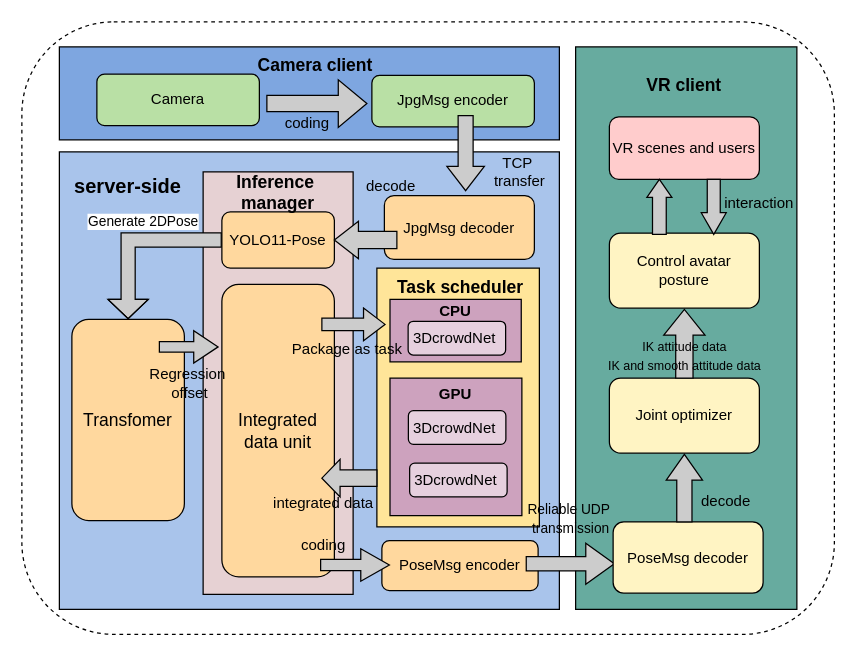
Before: 流程图.drawio in MrChenLearnSpace/RSMP-VR, a draw.io diagram. Source tidied: cells renumbered, new cells numbered last; positions are measured from the earlier drawing's top-left corner, leaving out a move shared by most shapes. Both pictures are drawn from the tidied source at 125%, with x=0, y=0 at pixel (21, 21).
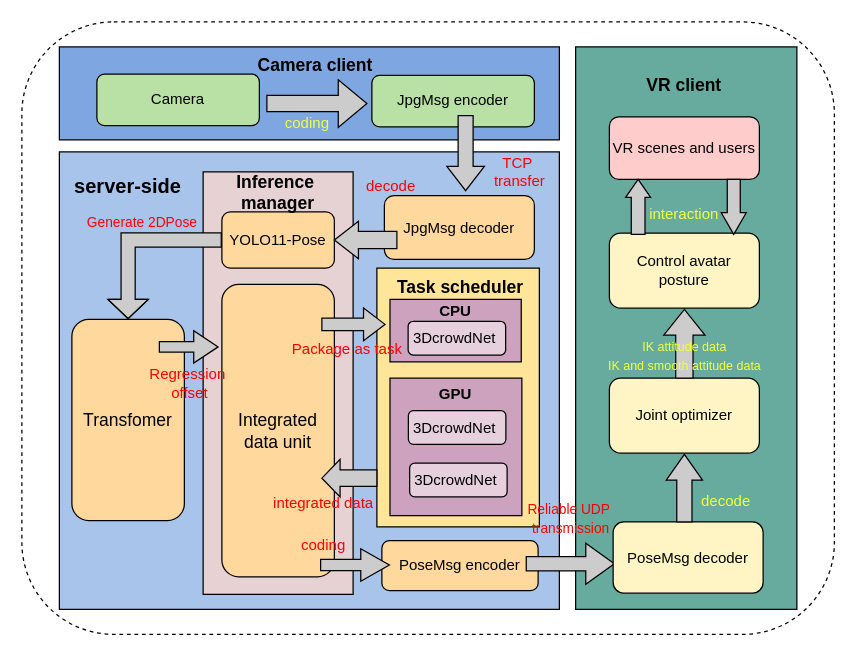
The same page after the edit.

Commit message:
更新流程图.drawio

The change refers to these unchanged cells:
```xml
<mxCell id="11" style="edgeStyle=orthogonalEdgeStyle;rounded=0;jettySize=auto;html=1;exitX=0;exitY=0.5;exitDx=0;exitDy=0;entryX=0.5;entryY=0;entryDx=0;entryDy=0;shape=flexArrow;fillColor=#CCCCCC;width=11.304347826086957;endSize=4.834782608695652;" parent="1" edge="1" source="13" target="18">
  <mxGeometry relative="1" as="geometry" />
</mxCell>
```

Diff of the diagram source:
```diff
@@
-    <mxCell id="12" value="Generate 2DPose" style="edgeLabel;html=1;align=center;verticalAlign=middle;" parent="11" vertex="1">
+    <mxCell id="12" value="Generate 2DPose" style="edgeLabel;align=center;verticalAlign=middle;labelBackgroundColor=none;fontColor=#FF0000;" parent="11" vertex="1">
       <mxGeometry x="-0.44" y="5" relative="1" as="geometry">
         <mxPoint x="-25" y="-20" as="offset" />
       </mxGeometry>
     </mxCell>
@@
-    <mxCell id="43" value="coding" style="text;html=1;align=center;verticalAlign=middle;strokeColor=none;fillColor=none;" parent="1" vertex="1">
+    <mxCell id="43" value="&lt;font color=&quot;#f2ff3b&quot;&gt;coding&lt;/font&gt;" style="text;html=1;align=center;verticalAlign=middle;strokeColor=none;fillColor=none;" parent="1" vertex="1">
       <mxGeometry x="198" y="66.4" width="60" height="30" as="geometry" />
     </mxCell>
-    <mxCell id="44" value="TCP&amp;nbsp;&lt;div&gt;transfer&lt;/div&gt;" style="text;html=1;align=center;verticalAlign=middle;strokeColor=none;fillColor=none;" parent="1" vertex="1">
+    <mxCell id="44" value="&lt;font color=&quot;#ff0000&quot;&gt;TCP&amp;nbsp;&lt;/font&gt;&lt;div&gt;&lt;font color=&quot;#ff0000&quot;&gt;transfer&lt;/font&gt;&lt;/div&gt;" style="text;html=1;align=center;verticalAlign=middle;strokeColor=none;fillColor=none;" parent="1" vertex="1">
       <mxGeometry x="368" y="100" width="60" height="40" as="geometry" />
     </mxCell>
-    <mxCell id="45" value="decode" style="text;html=1;align=center;verticalAlign=middle;strokeColor=none;fillColor=none;" parent="1" vertex="1">
+    <mxCell id="45" value="&lt;font color=&quot;#ff0000&quot;&gt;decode&lt;/font&gt;" style="text;html=1;align=center;verticalAlign=middle;strokeColor=none;fillColor=none;" parent="1" vertex="1">
       <mxGeometry x="265" y="116.5" width="60" height="30" as="geometry" />
     </mxCell>
-    <mxCell id="46" value="Regression&amp;nbsp;&lt;div&gt;offset&lt;/div&gt;" style="text;html=1;align=center;verticalAlign=middle;strokeColor=none;fillColor=none;" parent="1" vertex="1">
+    <mxCell id="46" value="&lt;font color=&quot;#ff0000&quot;&gt;Regression&amp;nbsp;&lt;/font&gt;&lt;div&gt;&lt;font color=&quot;#ff0000&quot;&gt;offset&lt;/font&gt;&lt;/div&gt;" style="text;html=1;align=center;verticalAlign=middle;strokeColor=none;fillColor=none;" parent="1" vertex="1">
       <mxGeometry x="88.5" y="269" width="90" height="40" as="geometry" />
     </mxCell>
-    <mxCell id="47" value="Package as task" style="text;html=1;align=center;verticalAlign=middle;strokeColor=none;fillColor=none;" parent="1" vertex="1">
+    <mxCell id="47" value="&lt;font color=&quot;#ff0000&quot;&gt;Package as task&lt;/font&gt;" style="text;html=1;align=center;verticalAlign=middle;strokeColor=none;fillColor=none;" parent="1" vertex="1">
       <mxGeometry x="205" y="247" width="110" height="30" as="geometry" />
     </mxCell>
-    <mxCell id="48" value="integrated data" style="text;html=1;align=center;verticalAlign=middle;strokeColor=none;fillColor=none;" parent="1" vertex="1">
+    <mxCell id="48" value="&lt;font color=&quot;#ff0000&quot;&gt;integrated data&lt;/font&gt;" style="text;html=1;align=center;verticalAlign=middle;strokeColor=none;fillColor=none;" parent="1" vertex="1">
       <mxGeometry x="190.5" y="370" width="100" height="30" as="geometry" />
     </mxCell>
-    <mxCell id="49" value="coding" style="text;html=1;align=center;verticalAlign=middle;strokeColor=none;fillColor=none;" parent="1" vertex="1">
+    <mxCell id="49" value="&lt;font color=&quot;#ff0000&quot;&gt;coding&lt;/font&gt;" style="text;html=1;align=center;verticalAlign=middle;strokeColor=none;fillColor=none;" parent="1" vertex="1">
       <mxGeometry x="210.5" y="404" width="60" height="30" as="geometry" />
     </mxCell>
-    <mxCell id="50" value="&lt;font style=&quot;font-size: 11px;&quot;&gt;Reliable UDP&amp;nbsp;&lt;/font&gt;&lt;div&gt;&lt;font style=&quot;font-size: 11px;&quot;&gt;transmission&lt;/font&gt;&lt;/div&gt;" style="text;html=1;align=center;verticalAlign=middle;strokeColor=none;fillColor=none;" parent="1" vertex="1">
+    <mxCell id="50" value="&lt;font color=&quot;#ff0000&quot; style=&quot;font-size: 11px;&quot;&gt;Reliable UDP&amp;nbsp;&lt;/font&gt;&lt;div&gt;&lt;font color=&quot;#ff0000&quot; style=&quot;font-size: 11px;&quot;&gt;transmission&lt;/font&gt;&lt;/div&gt;" style="text;html=1;align=center;verticalAlign=middle;strokeColor=none;fillColor=none;" parent="1" vertex="1">
       <mxGeometry x="393.8" y="377" width="90" height="40" as="geometry" />
     </mxCell>
-    <mxCell id="51" value="decode" style="text;html=1;align=center;verticalAlign=middle;strokeColor=none;fillColor=none;" parent="1" vertex="1">
+    <mxCell id="51" value="&lt;font color=&quot;#f2ff3b&quot;&gt;decode&lt;/font&gt;" style="text;html=1;align=center;verticalAlign=middle;strokeColor=none;fillColor=none;" parent="1" vertex="1">
       <mxGeometry x="533" y="369" width="60" height="30" as="geometry" />
     </mxCell>
-    <mxCell id="52" value="&lt;div&gt;&lt;span style=&quot;font-size: 10px;&quot;&gt;IK attitude data&lt;/span&gt;&lt;/div&gt;&lt;div&gt;&lt;span style=&quot;font-size: 10px;&quot;&gt;IK and smooth attitude data&lt;/span&gt;&lt;/div&gt;" style="text;html=1;align=center;verticalAlign=middle;strokeColor=none;fillColor=none;" parent="1" vertex="1">
+    <mxCell id="52" value="&lt;div&gt;&lt;span style=&quot;font-size: 10px;&quot;&gt;&lt;font color=&quot;#f2ff3b&quot;&gt;IK attitude data&lt;/font&gt;&lt;/span&gt;&lt;/div&gt;&lt;div&gt;&lt;span style=&quot;font-size: 10px;&quot;&gt;&lt;font color=&quot;#f2ff3b&quot;&gt;IK and smooth attitude data&lt;/font&gt;&lt;/span&gt;&lt;/div&gt;" style="text;html=1;align=center;verticalAlign=middle;strokeColor=none;fillColor=none;" parent="1" vertex="1">
       <mxGeometry x="455" y="247" width="150" height="40" as="geometry" />
     </mxCell>
     <mxCell id="53" style="html=1;shadow=0;dashed=0;align=center;verticalAlign=middle;shape=mxgraph.arrows2.arrow;dy=0.48;dx=17.33;direction=south;notch=0;fillColor=#CCCCCC;" parent="1" vertex="1">
-      <mxGeometry x="543.5" y="126" width="20" height="44" as="geometry" />
+      <mxGeometry x="559.5" y="126" width="20" height="44" as="geometry" />
     </mxCell>
     <mxCell id="54" style="html=1;shadow=0;dashed=0;align=center;verticalAlign=middle;shape=mxgraph.arrows2.arrow;dy=0.45;dx=14.42;direction=north;notch=0;fillColor=#CCCCCC;" parent="1" vertex="1">
-      <mxGeometry x="500" y="126" width="20" height="44" as="geometry" />
+      <mxGeometry x="483" y="126" width="20" height="44" as="geometry" />
     </mxCell>
-    <mxCell id="55" value="interaction" style="text;html=1;align=center;verticalAlign=middle;whiteSpace=wrap;rounded=0;" parent="1" vertex="1">
-      <mxGeometry x="560" y="129.5" width="60" height="30" as="geometry" />
+    <mxCell id="55" value="&lt;font color=&quot;#f2ff3b&quot;&gt;interaction&lt;/font&gt;" style="text;html=1;align=center;verticalAlign=middle;whiteSpace=wrap;rounded=0;" parent="1" vertex="1">
+      <mxGeometry x="500" y="139" width="60" height="30" as="geometry" />
     </mxCell>
```
